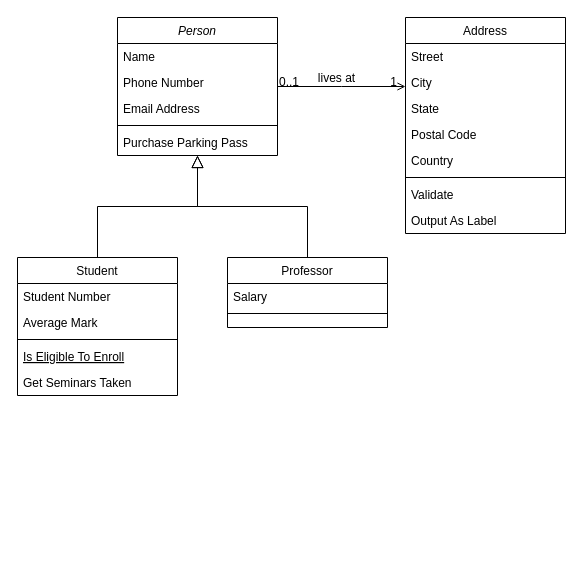
Above: 未命名绘图.drawio in bshh/drawio-github (draw.io), before the change. Source tidied: cells renumbered, new cells numbered last; positions are measured from the earlier drawing's top-left corner, leaving out a move shared by most shapes. Both pictures are drawn from the tidied source at 100%, with x=0, y=0 at pixel (17, 17).
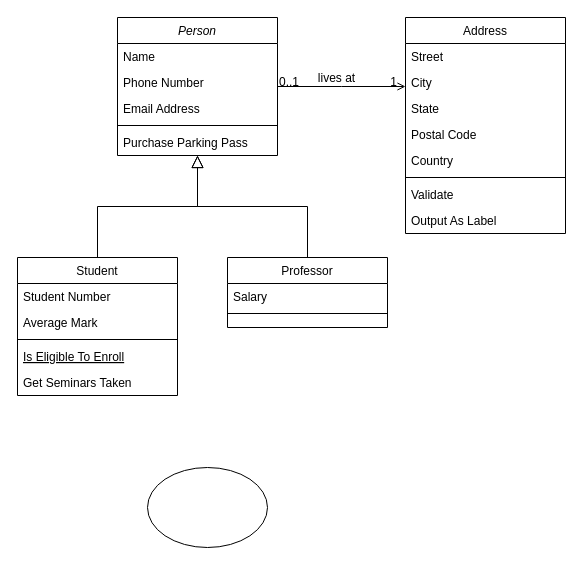
Above is the later version.

Commit message:
更新未命名绘图.drawio

Change to the diagram source:
```diff
@@
+    <mxCell id="32" style="ellipse;whiteSpace=wrap;html=1;" parent="1" vertex="1">
+      <mxGeometry x="130" y="450" width="120" height="80" as="geometry" />
+    </mxCell>
```
